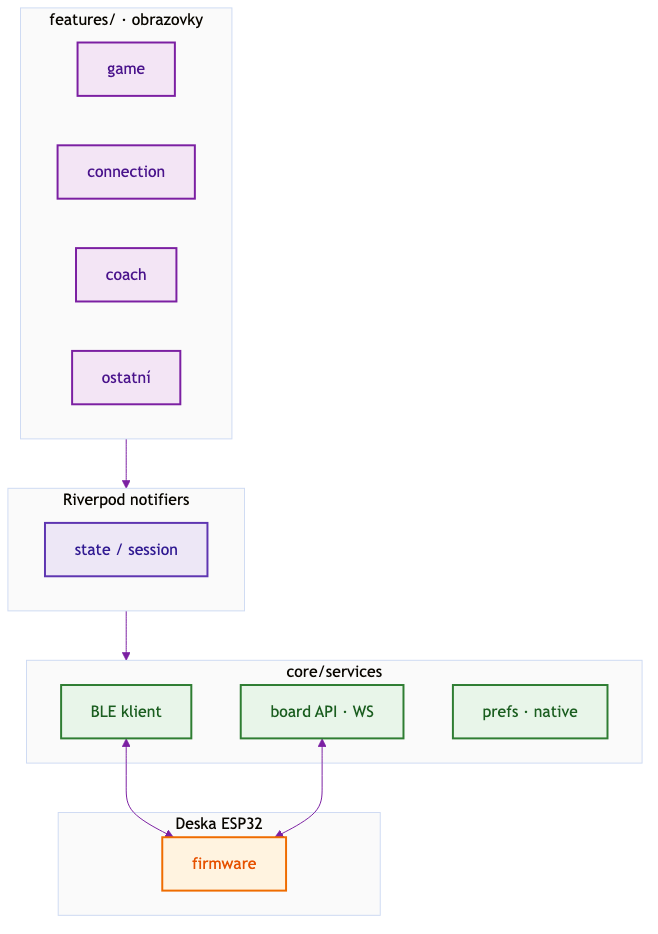
This is docs/diagrams/client_app_layers.png from AlfredKrutina/chess_esp32_c6_devkit, a Mermaid export, as it was before one commit. Its source is kept beside it as docs/diagrams/sources/client_app_layers.mmd. Its diagram source:
```mermaid
%%{init: {'theme':'base', 'themeVariables': {'clusterBkg':'#fafafa','lineColor':'#7b1fa2'}}}%%
flowchart TB
  subgraph UI["features/ · obrazovky"]
    direction LR
    G[game]:::f1
    C[connection]:::f1
    CO[coach]:::f1
    O[ostatní]:::f1
  end

  subgraph RV["Riverpod notifiers"]
    N[state / session]:::rv
  end

  subgraph SV["core/services"]
    BLE[BLE klient]:::sv
    HTTP[board API · WS]:::sv
    PR[prefs · native]:::sv
  end

  subgraph FW["Deska ESP32"]
    ESP[firmware]:::esp
  end

  UI --> RV
  RV --> SV
  BLE <--> ESP
  HTTP <--> ESP

  classDef f1 fill:#f3e5f5,stroke:#7b1fa2,stroke-width:2px,color:#4a148c
  classDef rv fill:#ede7f6,stroke:#5e35b1,stroke-width:2px,color:#311b92
  classDef sv fill:#e8f5e9,stroke:#2e7d32,stroke-width:2px,color:#1b5e20
  classDef esp fill:#fff3e0,stroke:#ef6c00,stroke-width:2px,color:#e65100
```
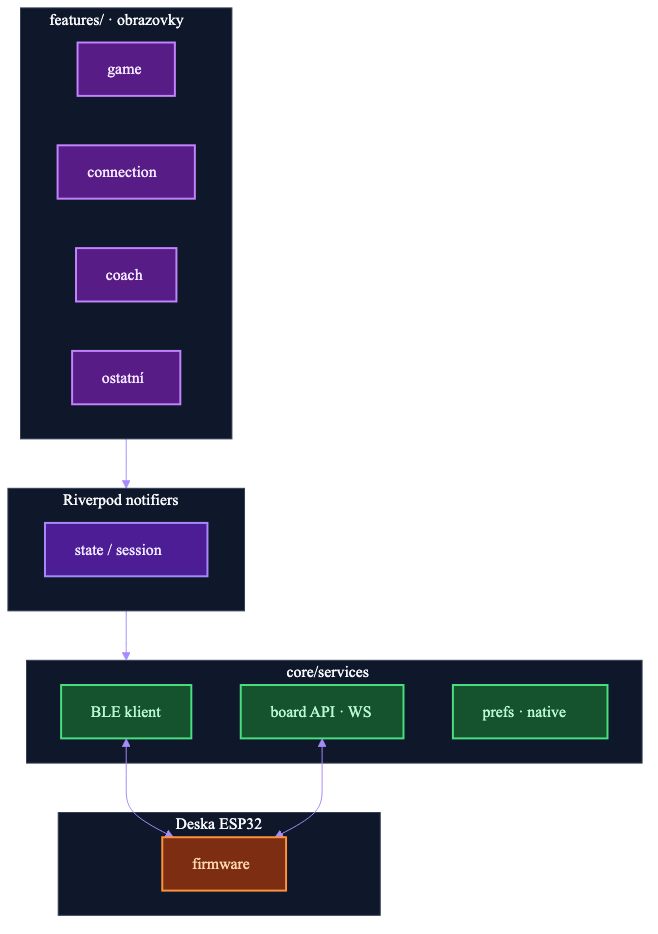
The same diagram one commit later.

What changed in the source:
```diff
@@ -1,4 +1,4 @@
-%%{init: {'theme':'base', 'themeVariables': {'clusterBkg':'#fafafa','lineColor':'#7b1fa2'}}}%%
+%%{init: {'theme':'dark','themeVariables':{'fontFamily':'system-ui,Segoe UI,sans-serif','clusterBkg':'#0f172a','clusterBorder':'#334155','lineColor':'#a78bfa','primaryColor':'#1e293b','primaryTextColor':'#f1f5f9','primaryBorderColor':'#64748b','edgeLabelBackground':'#1e293b','titleColor':'#f8fafc'}}}%%
 flowchart TB
   subgraph UI["features/ · obrazovky"]
     direction LR
@@ -27,7 +27,7 @@
   BLE <--> ESP
   HTTP <--> ESP
 
-  classDef f1 fill:#f3e5f5,stroke:#7b1fa2,stroke-width:2px,color:#4a148c
-  classDef rv fill:#ede7f6,stroke:#5e35b1,stroke-width:2px,color:#311b92
-  classDef sv fill:#e8f5e9,stroke:#2e7d32,stroke-width:2px,color:#1b5e20
-  classDef esp fill:#fff3e0,stroke:#ef6c00,stroke-width:2px,color:#e65100
+  classDef f1 fill:#581c87,stroke:#c084fc,stroke-width:2px,color:#f3e8ff
+  classDef rv fill:#4c1d95,stroke:#a78bfa,stroke-width:2px,color:#ede9fe
+  classDef sv fill:#14532d,stroke:#4ade80,stroke-width:2px,color:#bbf7d0
+  classDef esp fill:#7c2d12,stroke:#fb923c,stroke-width:2px,color:#fed7aa
```
